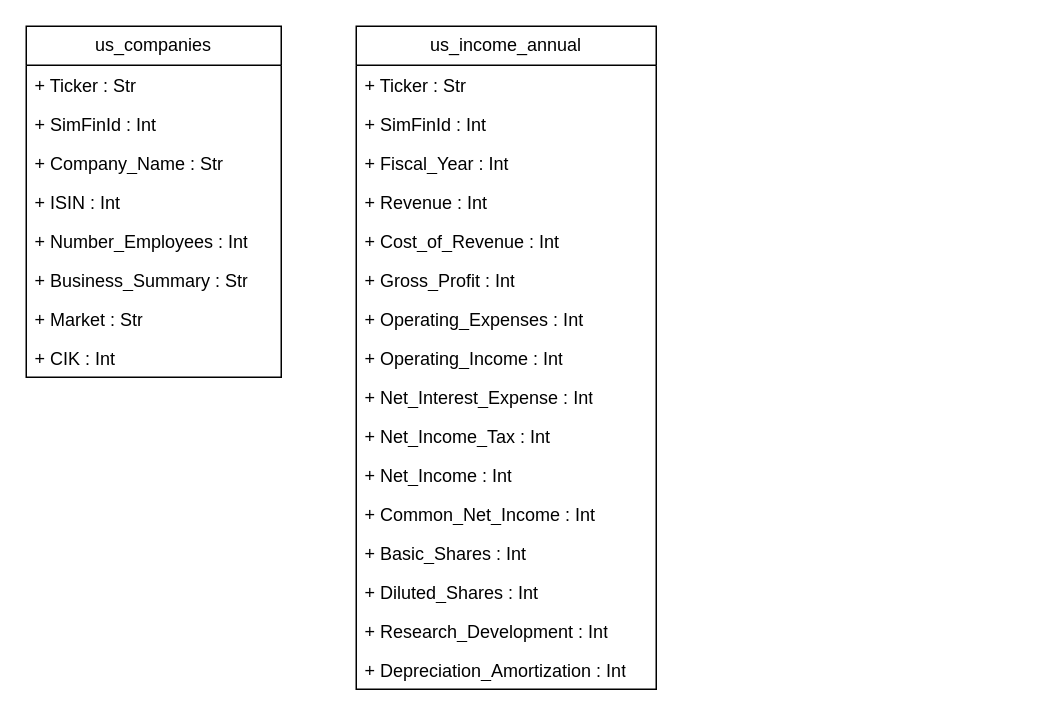
DavidRosario26387/Stock_API keeps this draw.io diagram as utils/Untitled Diagram.drawio. Above is the earlier version. Source tidied: cells renumbered, new cells numbered last; positions are measured from the earlier drawing's top-left corner, leaving out a move shared by most shapes. Both pictures are drawn from the tidied source at 150%, with x=0, y=0 at pixel (26, 26).
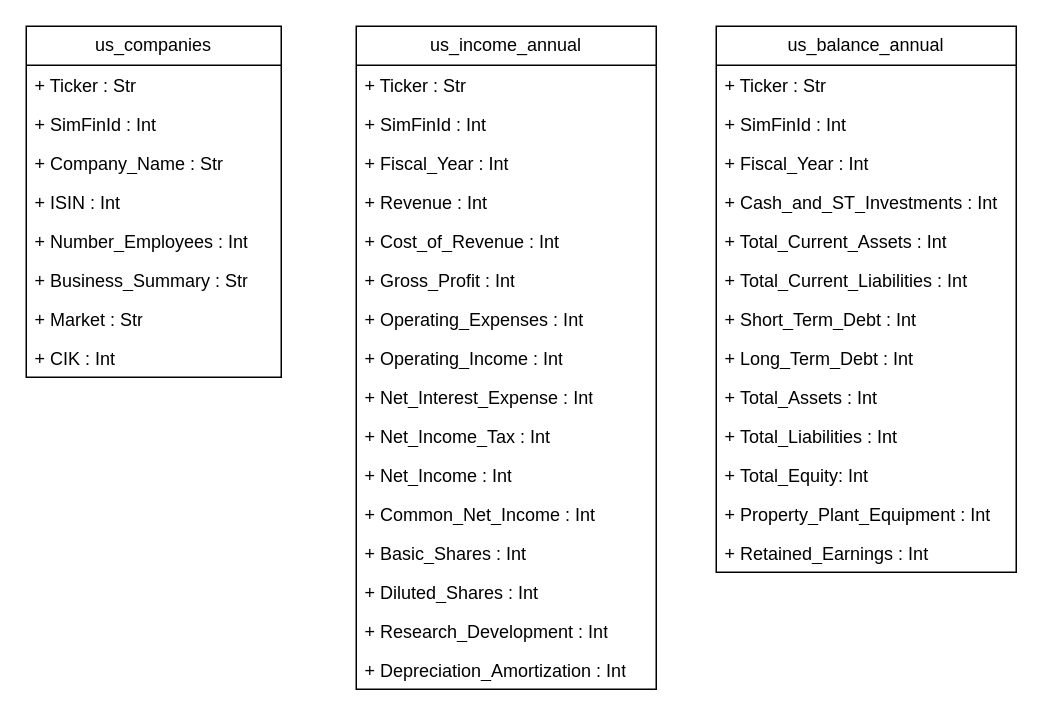
The same diagram, later.

Commit message (it also covers changes not shown here):
cleaned us_balance_annual dataset

Diff of the diagram source:
```diff
@@
+    <mxCell id="28" value="us_balance_annual" style="swimlane;fontStyle=0;horizontal=1;startSize=26;fillColor=none;whiteSpace=wrap;html=1;" parent="1" vertex="1">
+      <mxGeometry x="460" width="200" height="364" as="geometry" />
+    </mxCell>
+    <mxCell id="29" value="+ Ticker : Str" style="text;strokeColor=none;fillColor=none;align=left;verticalAlign=top;spacingLeft=4;spacingRight=4;overflow=hidden;whiteSpace=wrap;html=1;" parent="28" vertex="1">
+      <mxGeometry y="26" width="200" height="26" as="geometry" />
+    </mxCell>
+    <mxCell id="30" value="+ SimFinId : Int" style="text;strokeColor=none;fillColor=none;align=left;verticalAlign=top;spacingLeft=4;spacingRight=4;overflow=hidden;whiteSpace=wrap;html=1;" parent="28" vertex="1">
+      <mxGeometry y="52" width="200" height="26" as="geometry" />
+    </mxCell>
+    <mxCell id="31" value="+ Fiscal_Year : Int" style="text;strokeColor=none;fillColor=none;align=left;verticalAlign=top;spacingLeft=4;spacingRight=4;overflow=hidden;whiteSpace=wrap;html=1;" parent="28" vertex="1">
+      <mxGeometry y="78" width="200" height="26" as="geometry" />
+    </mxCell>
+    <mxCell id="32" value="+&amp;nbsp;Cash_and_ST_Investments : Int" style="text;strokeColor=none;fillColor=none;align=left;verticalAlign=top;spacingLeft=4;spacingRight=4;overflow=hidden;whiteSpace=wrap;html=1;" parent="28" vertex="1">
+      <mxGeometry y="104" width="200" height="26" as="geometry" />
+    </mxCell>
+    <mxCell id="33" value="+ Total_Current_Assets : Int" style="text;strokeColor=none;fillColor=none;align=left;verticalAlign=top;spacingLeft=4;spacingRight=4;overflow=hidden;whiteSpace=wrap;html=1;" parent="28" vertex="1">
+      <mxGeometry y="130" width="200" height="26" as="geometry" />
+    </mxCell>
+    <mxCell id="34" value="+&amp;nbsp;Total_Current_Liabilities : Int" style="text;strokeColor=none;fillColor=none;align=left;verticalAlign=top;spacingLeft=4;spacingRight=4;overflow=hidden;whiteSpace=wrap;html=1;" parent="28" vertex="1">
+      <mxGeometry y="156" width="200" height="26" as="geometry" />
+    </mxCell>
+    <mxCell id="35" value="+&amp;nbsp;Short_Term_Debt : Int" style="text;strokeColor=none;fillColor=none;align=left;verticalAlign=top;spacingLeft=4;spacingRight=4;overflow=hidden;whiteSpace=wrap;html=1;" parent="28" vertex="1">
+      <mxGeometry y="182" width="200" height="26" as="geometry" />
+    </mxCell>
+    <mxCell id="36" value="+ Long_Term_Debt : Int" style="text;strokeColor=none;fillColor=none;align=left;verticalAlign=top;spacingLeft=4;spacingRight=4;overflow=hidden;whiteSpace=wrap;html=1;" parent="28" vertex="1">
+      <mxGeometry y="208" width="200" height="26" as="geometry" />
+    </mxCell>
+    <mxCell id="37" value="+&amp;nbsp;Total_Assets : Int" style="text;strokeColor=none;fillColor=none;align=left;verticalAlign=top;spacingLeft=4;spacingRight=4;overflow=hidden;whiteSpace=wrap;html=1;" parent="28" vertex="1">
+      <mxGeometry y="234" width="200" height="26" as="geometry" />
+    </mxCell>
+    <mxCell id="38" value="+&amp;nbsp;Total_Liabilities : Int" style="text;strokeColor=none;fillColor=none;align=left;verticalAlign=top;spacingLeft=4;spacingRight=4;overflow=hidden;whiteSpace=wrap;html=1;" parent="28" vertex="1">
+      <mxGeometry y="260" width="200" height="26" as="geometry" />
+    </mxCell>
+    <mxCell id="39" value="+&amp;nbsp;Total_Equity: Int" style="text;strokeColor=none;fillColor=none;align=left;verticalAlign=top;spacingLeft=4;spacingRight=4;overflow=hidden;whiteSpace=wrap;html=1;" parent="28" vertex="1">
+      <mxGeometry y="286" width="200" height="26" as="geometry" />
+    </mxCell>
+    <mxCell id="40" value="+&amp;nbsp;Property_Plant_Equipment : Int" style="text;strokeColor=none;fillColor=none;align=left;verticalAlign=top;spacingLeft=4;spacingRight=4;overflow=hidden;whiteSpace=wrap;html=1;" parent="28" vertex="1">
+      <mxGeometry y="312" width="200" height="26" as="geometry" />
+    </mxCell>
+    <mxCell id="41" value="+&amp;nbsp;Retained_Earnings : Int" style="text;strokeColor=none;fillColor=none;align=left;verticalAlign=top;spacingLeft=4;spacingRight=4;overflow=hidden;whiteSpace=wrap;html=1;" parent="28" vertex="1">
+      <mxGeometry y="338" width="200" height="26" as="geometry" />
+    </mxCell>
```
